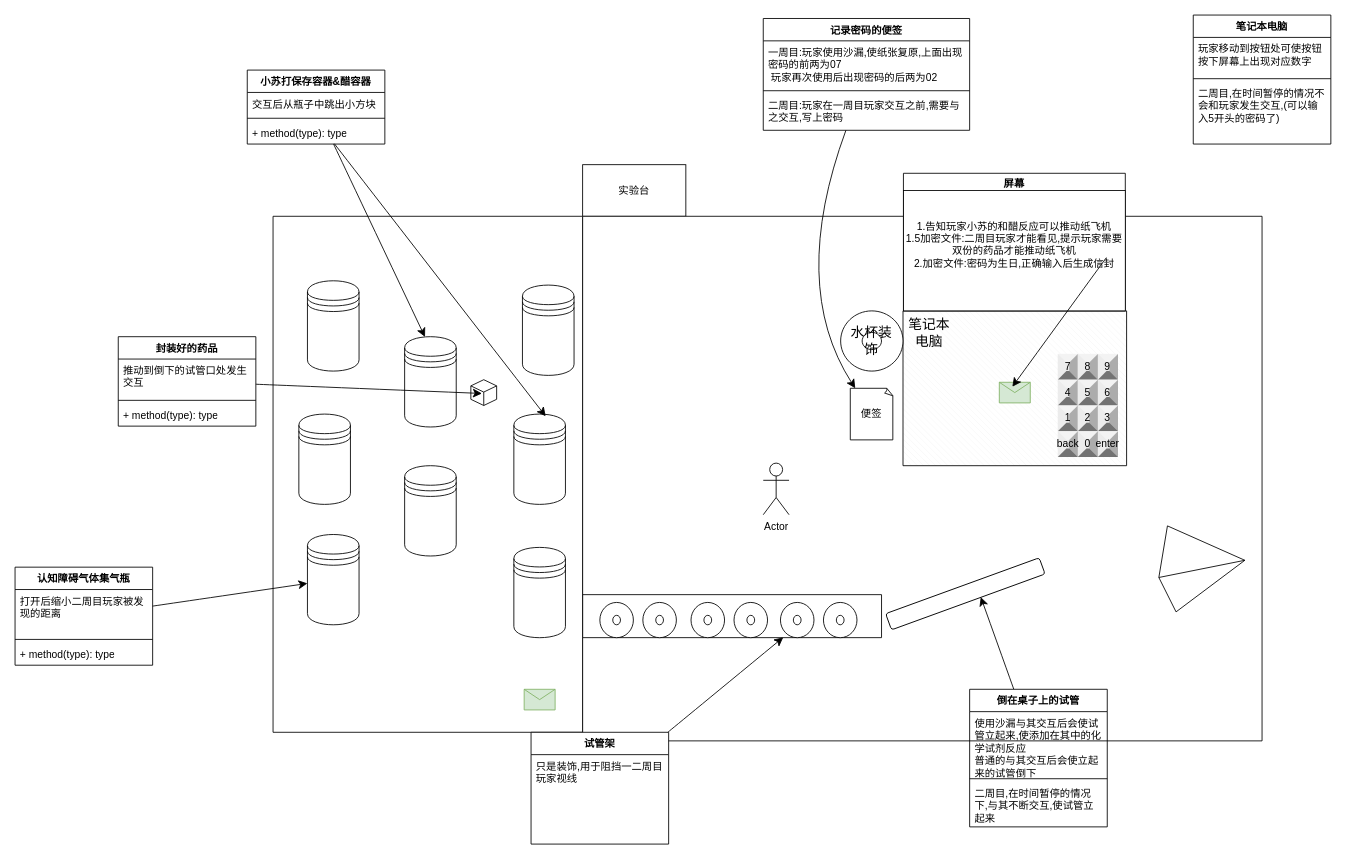
This is page "场景2--实验室--关卡设计图" (3 of 6) of 未命名绘图.drawio from XDIOEZ/Game-Development-Division-of-Labor, a draw.io file, before an edit. Source tidied: cells renumbered, new cells numbered last; positions are measured from the earlier drawing's top-left corner, leaving out a move shared by most shapes. Both pictures are drawn from the tidied source at 86%, with x=0, y=0 at pixel (15, 15).
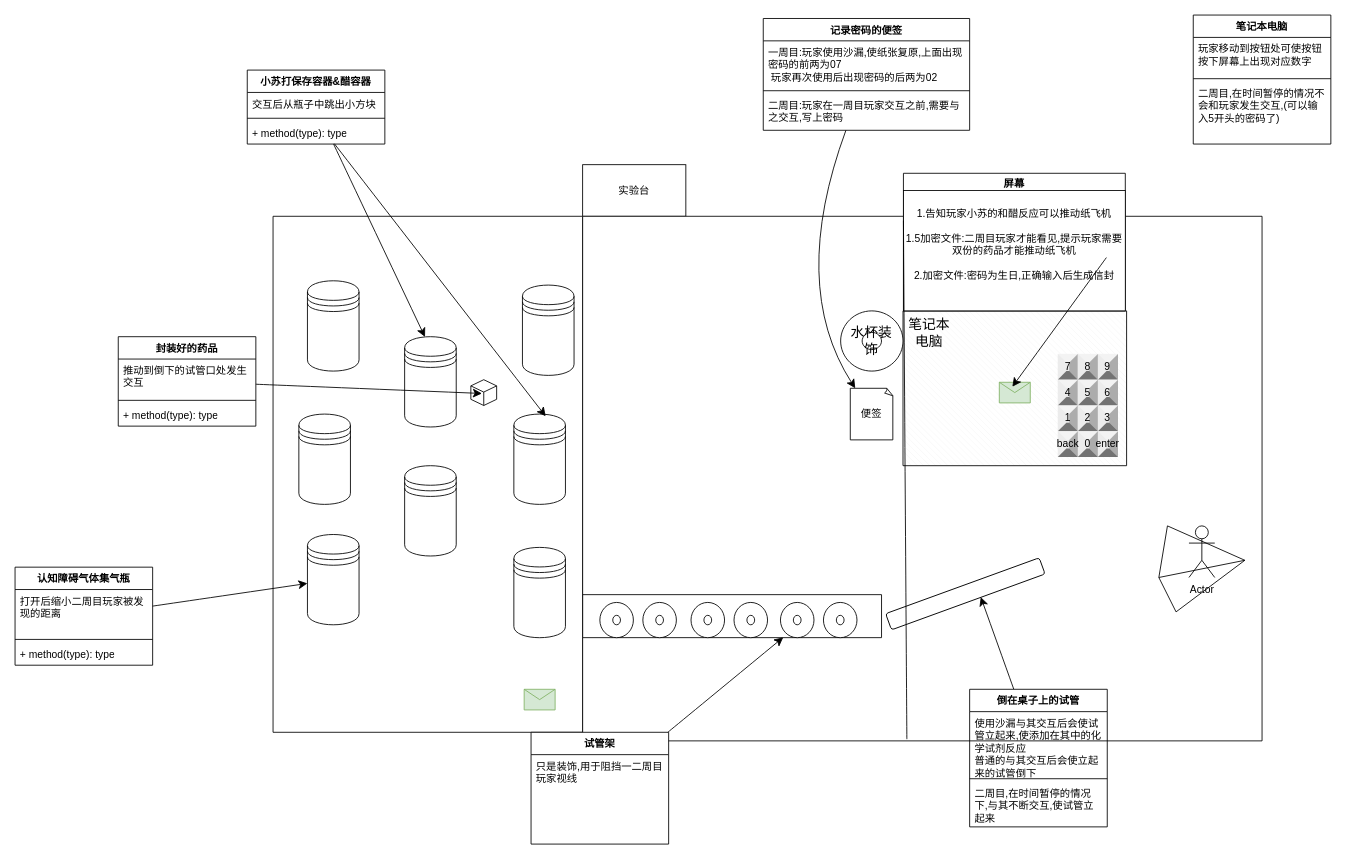
Above is the later version.

Unchanged cells that the change refers to:
```xml
<mxCell id="64" value="屏幕" style="swimlane;whiteSpace=wrap;html=1;" parent="1" vertex="1">
  <mxGeometry x="1033" y="184" width="258" height="160" as="geometry" />
</mxCell>
```

Change to the diagram source:
```diff
@@
-    <mxCell id="31" value="Actor" style="shape=umlActor;verticalLabelPosition=bottom;verticalAlign=top;html=1;" parent="1" vertex="1">
-      <mxGeometry x="870" y="521" width="30" height="60" as="geometry" />
-    </mxCell>
@@
-    <mxCell id="65" value="1.告知玩家小苏的和醋反应可以推动纸飞机&lt;div&gt;1.5加密文件:二周目玩家才能看见,提示玩家需要双份的药品才能推动纸飞机&lt;br&gt;&lt;div&gt;2.加密文件:密码为生日,正确输入后生成信封&lt;/div&gt;&lt;div&gt;&lt;br&gt;&lt;/div&gt;&lt;/div&gt;" style="rounded=0;whiteSpace=wrap;html=1;" parent="64" vertex="1">
+    <mxCell id="65" value="1.告知玩家小苏的和醋反应可以推动纸飞机&lt;div&gt;&lt;br&gt;&lt;div&gt;1.5加密文件:二周目玩家才能看见,提示玩家需要双份的药品才能推动纸飞机&lt;/div&gt;&lt;div&gt;&lt;br&gt;&lt;div&gt;2.加密文件:密码为生日,正确输入后生成信封&lt;/div&gt;&lt;div&gt;&lt;br&gt;&lt;/div&gt;&lt;/div&gt;&lt;/div&gt;" style="rounded=0;whiteSpace=wrap;html=1;" parent="64" vertex="1">
       <mxGeometry y="20" width="258" height="140" as="geometry" />
     </mxCell>
@@
+    <mxCell id="31" value="Actor" style="shape=umlActor;verticalLabelPosition=bottom;verticalAlign=top;html=1;" parent="1" vertex="1">
+      <mxGeometry x="1365" y="594" width="30" height="60" as="geometry" />
+    </mxCell>
+    <mxCell id="83" style="endArrow=none;html=1;rounded=0;fontSize=12;startSize=8;endSize=8;curved=1;entryX=0;entryY=0.25;entryDx=0;entryDy=0;" parent="1" edge="1" target="65">
+      <mxGeometry relative="1" as="geometry">
+        <mxPoint x="1037" y="842" as="sourcePoint" />
+      </mxGeometry>
+    </mxCell>
```
